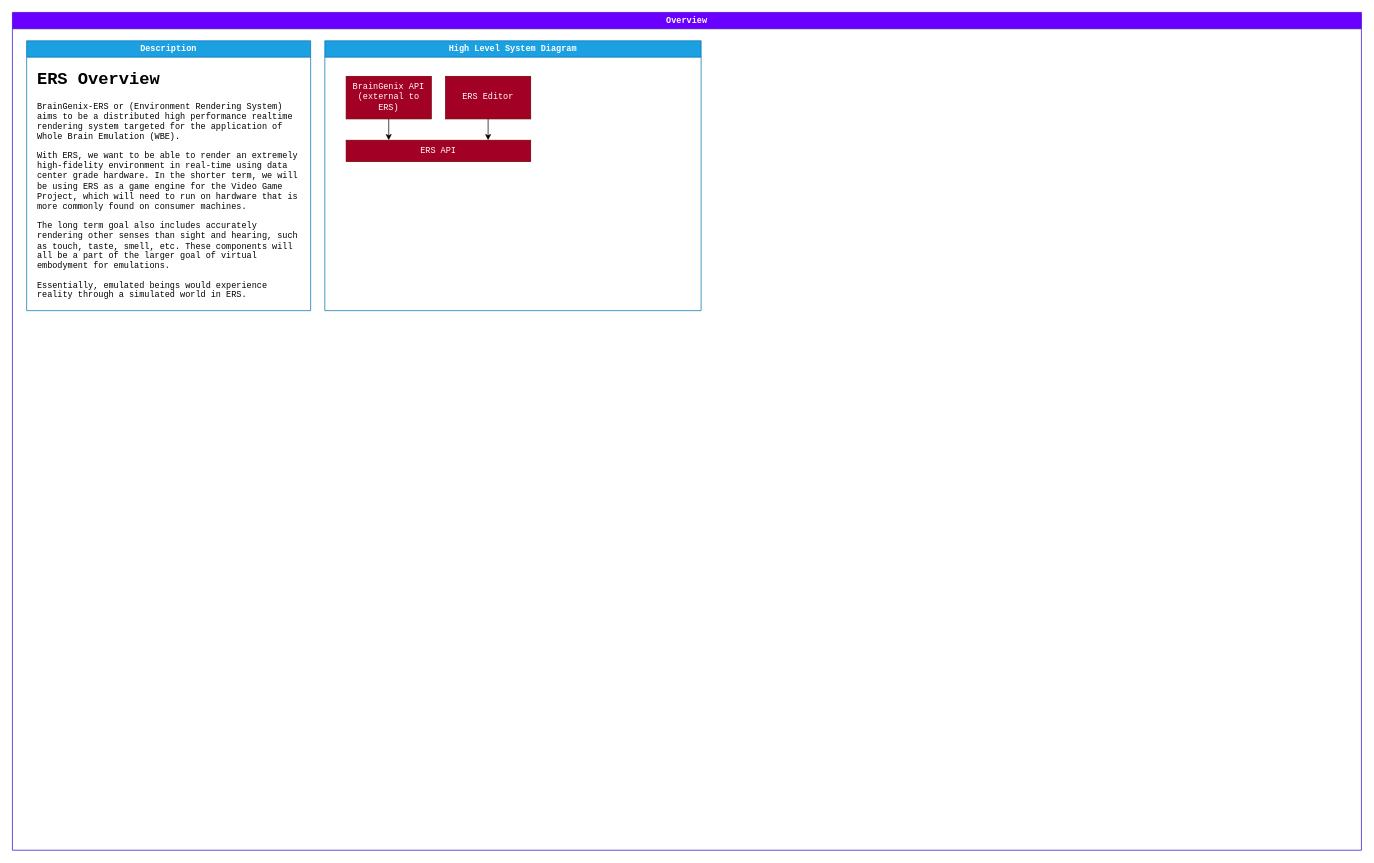
This is page "Page-1" (1 of 3) of Docs/Block-Diagram/ERS.drawio from carboncopies/BrainGenix-ERS, a draw.io file, before an edit. Source tidied: cells renumbered, new cells numbered last; positions are measured from the earlier drawing's top-left corner, leaving out a move shared by most shapes. Both pictures are drawn from the tidied source at 71%, with x=0, y=0 at pixel (12, 12).
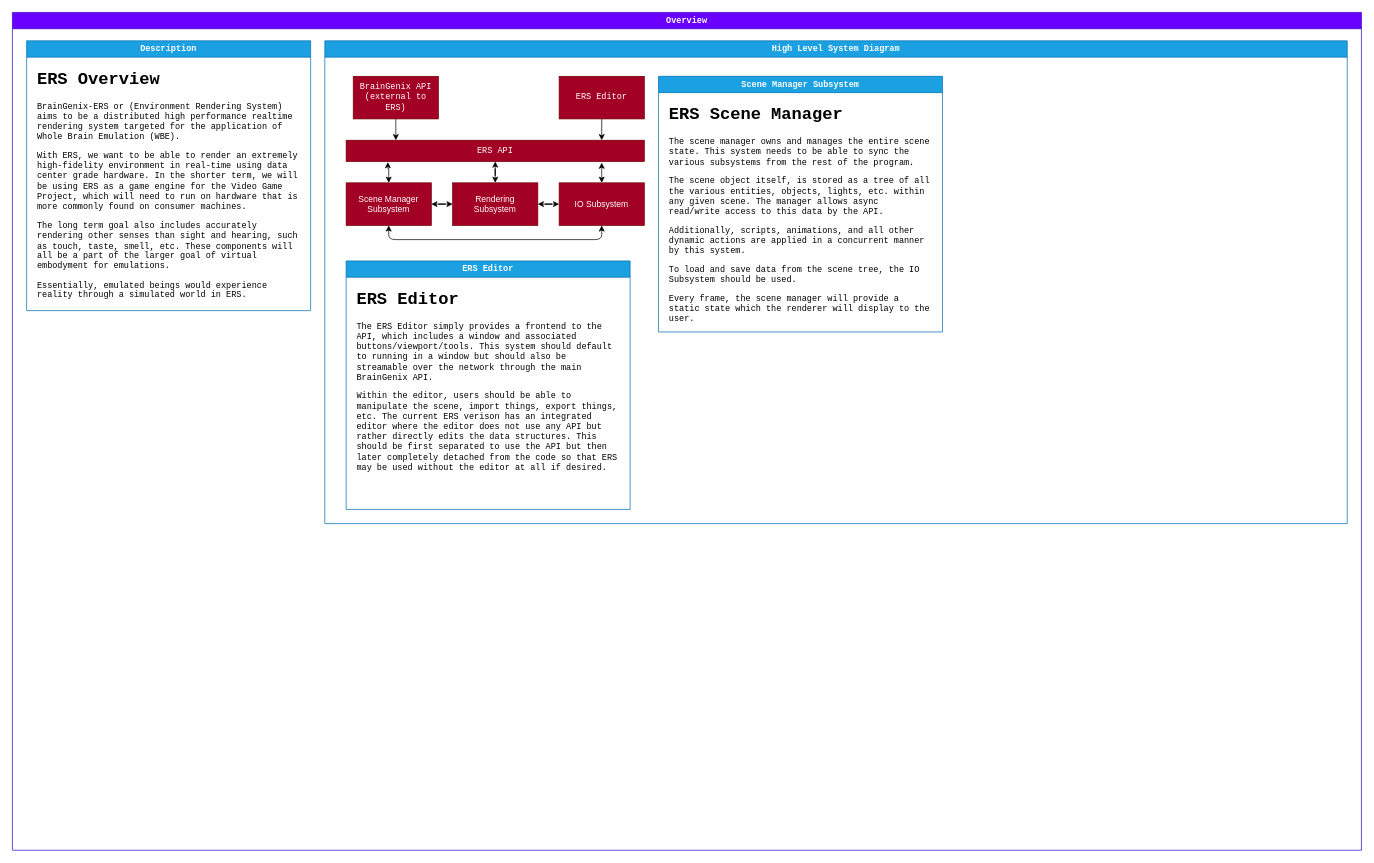
The same diagram, later.

Commit message (it also covers changes not shown here):
Update ERS block diagrams

The change refers to these unchanged cells:
```xml
<mxCell id="2" value="Overview" style="swimlane;whiteSpace=wrap;html=1;fillColor=#6a00ff;fontColor=#ffffff;strokeColor=#3700CC;fontFamily=Courier New;" parent="1" vertex="1">
  <mxGeometry width="1900" height="1180" as="geometry" />
</mxCell>
```

Change to the diagram source:
```diff
@@
     <mxCell id="5" value="High Level System Diagram" style="swimlane;whiteSpace=wrap;html=1;fillColor=#1ba1e2;fontColor=#ffffff;strokeColor=#006EAF;fontFamily=Courier New;" parent="2" vertex="1">
-      <mxGeometry x="440" y="40" width="530" height="380" as="geometry" />
+      <mxGeometry x="440" y="40" width="1440" height="680" as="geometry" />
     </mxCell>
     <mxCell id="6" value="ERS API" style="rounded=0;whiteSpace=wrap;html=1;fillColor=#a20025;fontColor=#ffffff;strokeColor=#6F0000;fontFamily=Courier New;" parent="5" vertex="1">
-      <mxGeometry x="30" y="140" width="260" height="30" as="geometry" />
+      <mxGeometry x="30" y="140" width="420" height="30" as="geometry" />
     </mxCell>
     <mxCell id="7" style="edgeStyle=orthogonalEdgeStyle;rounded=0;jettySize=auto;html=1;" parent="5" edge="1" source="8">
       <mxGeometry relative="1" as="geometry">
-        <mxPoint x="230" y="140" as="targetPoint" />
+        <mxPoint x="390" y="140" as="targetPoint" />
+        <Array as="points">
+          <mxPoint x="390" y="140" />
+        </Array>
       </mxGeometry>
     </mxCell>
     <mxCell id="8" value="ERS Editor" style="rounded=0;whiteSpace=wrap;html=1;fillColor=#a20025;fontColor=#ffffff;strokeColor=#6F0000;fontFamily=Courier New;" parent="5" vertex="1">
-      <mxGeometry x="170" y="50" width="120" height="60" as="geometry" />
+      <mxGeometry x="330" y="50" width="120" height="60" as="geometry" />
     </mxCell>
     <mxCell id="9" style="edgeStyle=orthogonalEdgeStyle;rounded=0;jettySize=auto;html=1;" parent="5" edge="1" source="10">
       <mxGeometry relative="1" as="geometry">
-        <mxPoint x="90" y="140" as="targetPoint" />
+        <mxPoint x="100" y="140" as="targetPoint" />
       </mxGeometry>
     </mxCell>
     <mxCell id="10" value="BrainGenix API (external to ERS)" style="rounded=0;whiteSpace=wrap;html=1;fillColor=#a20025;fontColor=#ffffff;strokeColor=#6F0000;fontFamily=Courier New;" parent="5" vertex="1">
-      <mxGeometry x="30" y="50" width="120" height="60" as="geometry" />
+      <mxGeometry x="40" y="50" width="120" height="60" as="geometry" />
     </mxCell>
+    <mxCell id="11" style="edgeStyle=orthogonalEdgeStyle;rounded=0;jettySize=auto;html=1;entryX=0.14;entryY=1.026;entryDx=0;entryDy=0;entryPerimeter=0;startArrow=classic;startFill=1;" parent="5" edge="1" source="13" target="6">
+      <mxGeometry relative="1" as="geometry" />
+    </mxCell>
+    <mxCell id="12" style="edgeStyle=orthogonalEdgeStyle;rounded=0;jettySize=auto;html=1;entryX=0;entryY=0.5;entryDx=0;entryDy=0;startArrow=classic;startFill=1;" parent="5" edge="1" source="13" target="15">
+      <mxGeometry relative="1" as="geometry" />
+    </mxCell>
+    <mxCell id="13" value="Scene Manager Subsystem" style="rounded=0;whiteSpace=wrap;html=1;fillColor=#a20025;fontColor=#ffffff;strokeColor=#6F0000;" parent="5" vertex="1">
+      <mxGeometry x="30" y="200" width="120" height="60" as="geometry" />
+    </mxCell>
+    <mxCell id="14" style="edgeStyle=orthogonalEdgeStyle;rounded=0;jettySize=auto;html=1;entryX=0.5;entryY=1;entryDx=0;entryDy=0;startArrow=classic;startFill=1;" parent="5" edge="1" source="15" target="6">
+      <mxGeometry relative="1" as="geometry" />
+    </mxCell>
+    <mxCell id="15" value="Rendering Subsystem" style="rounded=0;whiteSpace=wrap;html=1;fillColor=#a20025;fontColor=#ffffff;strokeColor=#6F0000;" parent="5" vertex="1">
+      <mxGeometry x="180" y="200" width="120" height="60" as="geometry" />
+    </mxCell>
+    <mxCell id="16" style="edgeStyle=orthogonalEdgeStyle;rounded=0;jettySize=auto;html=1;entryX=0.857;entryY=1.052;entryDx=0;entryDy=0;entryPerimeter=0;startArrow=classic;startFill=1;" parent="5" edge="1" source="19" target="6">
+      <mxGeometry relative="1" as="geometry" />
+    </mxCell>
+    <mxCell id="17" style="edgeStyle=orthogonalEdgeStyle;rounded=0;jettySize=auto;html=1;entryX=1;entryY=0.5;entryDx=0;entryDy=0;startArrow=classic;startFill=1;" parent="5" edge="1" source="19" target="15">
+      <mxGeometry relative="1" as="geometry" />
+    </mxCell>
+    <mxCell id="18" style="edgeStyle=orthogonalEdgeStyle;rounded=1;jettySize=auto;html=1;entryX=0.5;entryY=1;entryDx=0;entryDy=0;startArrow=classic;startFill=1;" parent="5" edge="1" source="19" target="13">
+      <mxGeometry relative="1" as="geometry">
+        <Array as="points">
+          <mxPoint x="390" y="280" />
+          <mxPoint x="90" y="280" />
+        </Array>
+      </mxGeometry>
+    </mxCell>
+    <mxCell id="19" value="IO Subsystem" style="rounded=0;whiteSpace=wrap;html=1;fillColor=#a20025;fontColor=#ffffff;strokeColor=#6F0000;" parent="5" vertex="1">
+      <mxGeometry x="330" y="200" width="120" height="60" as="geometry" />
+    </mxCell>
+    <mxCell id="20" value="ERS Editor" style="swimlane;whiteSpace=wrap;html=1;rounded=0;strokeColor=#006EAF;fontFamily=Courier New;fontSize=12;fontColor=#ffffff;startSize=23;fillColor=#1ba1e2;" parent="5" vertex="1">
+      <mxGeometry x="30" y="310" width="400" height="350" as="geometry" />
+    </mxCell>
+    <mxCell id="21" value="&lt;h1&gt;ERS Editor&lt;/h1&gt;&lt;p&gt;The ERS Editor simply provides a frontend to the API, which includes a window and associated buttons/viewport/tools. This system should default to running in a window but should also be streamable over the network through the main BrainGenix API.&lt;/p&gt;&lt;p&gt;Within the editor, users should be able to manipulate the scene, import things, export things, etc. The current ERS verison has an integrated editor where the editor does not use any API but rather directly edits the data structures. This should be first separated to use the API but then later completely detached from the code so that ERS may be used without the editor at all if desired.&lt;/p&gt;" style="text;html=1;strokeColor=none;fillColor=none;spacing=5;spacingTop=-20;whiteSpace=wrap;overflow=hidden;rounded=0;fontFamily=Courier New;" parent="20" vertex="1">
+      <mxGeometry x="10" y="35" width="380" height="305" as="geometry" />
+    </mxCell>
+    <mxCell id="22" value="Scene Manager Subsystem" style="swimlane;whiteSpace=wrap;html=1;rounded=0;strokeColor=#006EAF;fontFamily=Courier New;fontSize=12;fontColor=#ffffff;startSize=23;fillColor=#1ba1e2;" parent="5" vertex="1">
+      <mxGeometry x="470" y="50" width="400" height="360" as="geometry" />
+    </mxCell>
+    <mxCell id="23" value="&lt;h1&gt;ERS Scene Manager&lt;/h1&gt;&lt;p&gt;The scene manager owns and manages the entire scene state. This system needs to be able to sync the various subsystems from the rest of the program.&amp;nbsp;&lt;/p&gt;&lt;p&gt;The scene object itself, is stored as a tree of all the various entities, objects, lights, etc. within any given scene. The manager allows async read/write access to this data by the API.&lt;/p&gt;&lt;p&gt;Additionally, scripts, animations, and all other dynamic actions are applied in a concurrent manner by this system.&lt;/p&gt;&lt;p&gt;To load and save data from the scene tree, the IO Subsystem should be used.&lt;/p&gt;&lt;p&gt;Every frame, the scene manager will provide a static state which the renderer will display to the user.&lt;/p&gt;" style="text;html=1;strokeColor=none;fillColor=none;spacing=5;spacingTop=-20;whiteSpace=wrap;overflow=hidden;rounded=0;fontFamily=Courier New;" parent="22" vertex="1">
+      <mxGeometry x="10" y="35" width="380" height="315" as="geometry" />
+    </mxCell>
```
